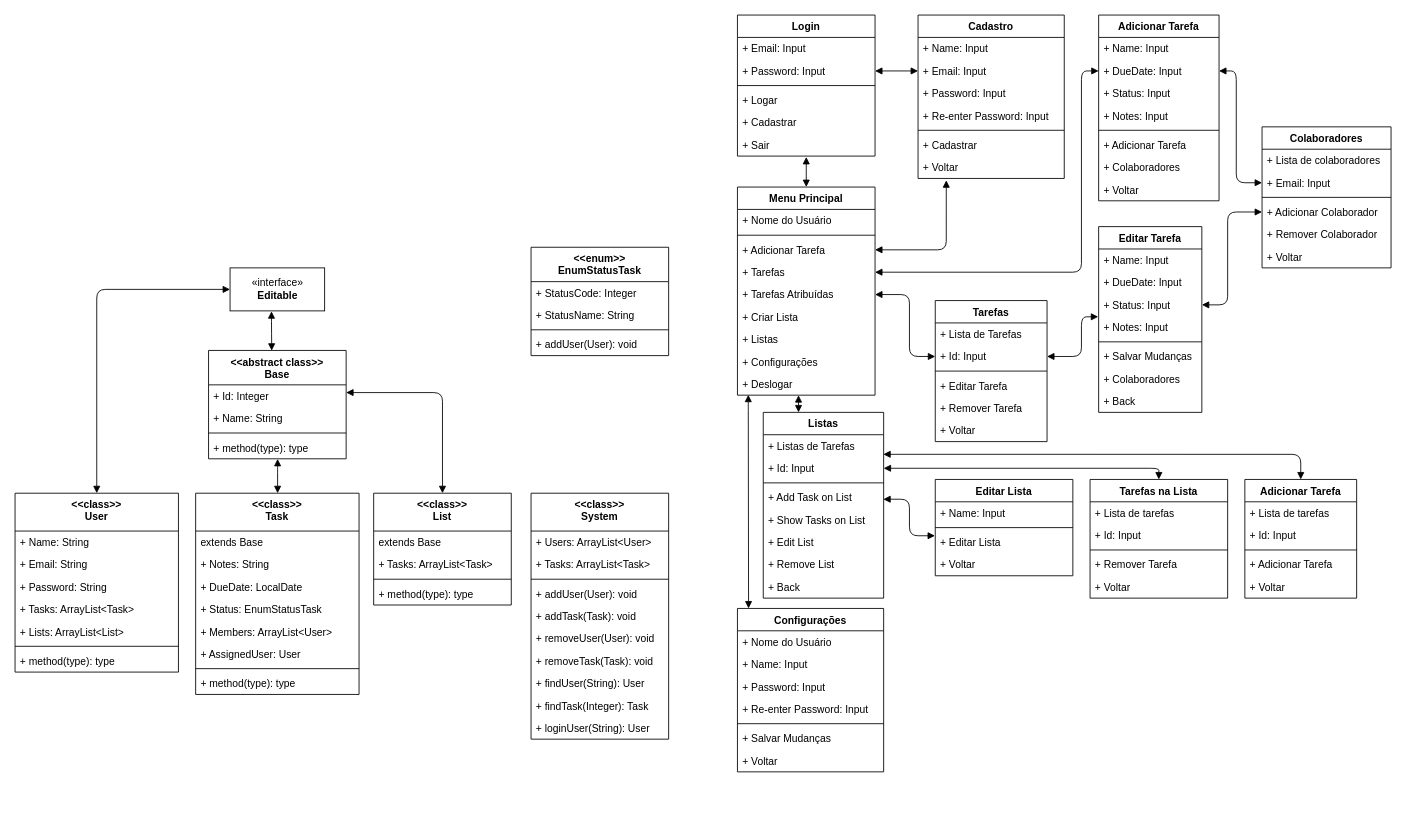
Earlier version of the draw.io diagram diagrama.drawio (VitorG718/ToDo-Java). Source tidied: cells renumbered, new cells numbered last; positions are measured from the earlier drawing's top-left corner, leaving out a move shared by most shapes. Both pictures are drawn from the tidied source at 86%, with x=0, y=0 at pixel (15, 15).
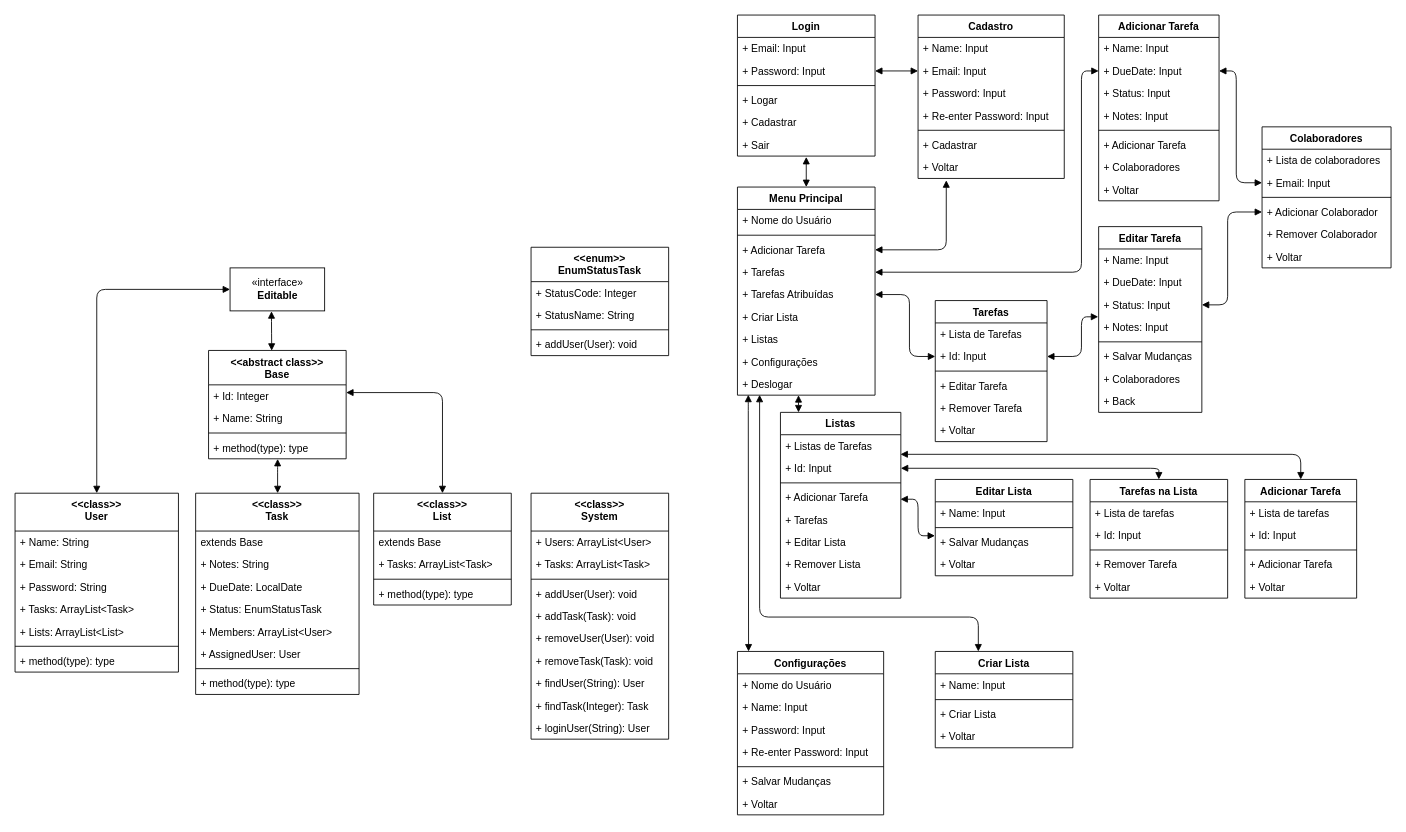
Above is the later version.

Commit message (it also covers changes not shown here):
Diagrama atualizado

The change refers to these unchanged cells:
```xml
<mxCell id="48" value="+ Deslogar" style="text;strokeColor=none;fillColor=none;align=left;verticalAlign=top;spacingLeft=4;spacingRight=4;overflow=hidden;points=[[0,0.5],[1,0.5]];portConstraint=eastwest;" parent="39" vertex="1">
  <mxGeometry y="216" width="160" height="26" as="geometry" />
</mxCell>
<mxCell id="96" value="Editar Lista" style="swimlane;fontStyle=1;align=center;verticalAlign=top;horizontal=1;startSize=26;" parent="1" vertex="1">
  <mxGeometry x="1070" y="540" width="160" height="112" as="geometry" />
</mxCell>
```

Diff of the diagram source:
```diff
@@
     <mxCell id="81" value="Listas" style="swimlane;fontStyle=1;align=center;verticalAlign=top;horizontal=1;startSize=26;" parent="1" vertex="1">
-      <mxGeometry x="870" y="462" width="140" height="216" as="geometry" />
+      <mxGeometry x="890" y="462" width="140" height="216" as="geometry" />
     </mxCell>
@@
-    <mxCell id="85" value="+ Add Task on List" style="text;strokeColor=none;fillColor=none;align=left;verticalAlign=top;spacingLeft=4;spacingRight=4;overflow=hidden;points=[[0,0.5],[1,0.5]];portConstraint=eastwest;" parent="81" vertex="1">
+    <mxCell id="85" value="+ Adicionar Tarefa" style="text;strokeColor=none;fillColor=none;align=left;verticalAlign=top;spacingLeft=4;spacingRight=4;overflow=hidden;points=[[0,0.5],[1,0.5]];portConstraint=eastwest;" parent="81" vertex="1">
       <mxGeometry y="86" width="140" height="26" as="geometry" />
     </mxCell>
-    <mxCell id="86" value="+ Show Tasks on List" style="text;strokeColor=none;fillColor=none;align=left;verticalAlign=top;spacingLeft=4;spacingRight=4;overflow=hidden;" parent="81" vertex="1">
+    <mxCell id="86" value="+ Tarefas" style="text;strokeColor=none;fillColor=none;align=left;verticalAlign=top;spacingLeft=4;spacingRight=4;overflow=hidden;" parent="81" vertex="1">
       <mxGeometry y="112" width="140" height="26" as="geometry" />
     </mxCell>
-    <mxCell id="87" value="+ Edit List" style="text;strokeColor=none;fillColor=none;align=left;verticalAlign=top;spacingLeft=4;spacingRight=4;overflow=hidden;" parent="81" vertex="1">
+    <mxCell id="87" value="+ Editar Lista" style="text;strokeColor=none;fillColor=none;align=left;verticalAlign=top;spacingLeft=4;spacingRight=4;overflow=hidden;" parent="81" vertex="1">
       <mxGeometry y="138" width="140" height="26" as="geometry" />
     </mxCell>
-    <mxCell id="88" value="+ Remove List" style="text;strokeColor=none;fillColor=none;align=left;verticalAlign=top;spacingLeft=4;spacingRight=4;overflow=hidden;" parent="81" vertex="1">
+    <mxCell id="88" value="+ Remover Lista" style="text;strokeColor=none;fillColor=none;align=left;verticalAlign=top;spacingLeft=4;spacingRight=4;overflow=hidden;" parent="81" vertex="1">
       <mxGeometry y="164" width="140" height="26" as="geometry" />
     </mxCell>
-    <mxCell id="89" value="+ Back" style="text;strokeColor=none;fillColor=none;align=left;verticalAlign=top;spacingLeft=4;spacingRight=4;overflow=hidden;" parent="81" vertex="1">
+    <mxCell id="89" value="+ Voltar" style="text;strokeColor=none;fillColor=none;align=left;verticalAlign=top;spacingLeft=4;spacingRight=4;overflow=hidden;" parent="81" vertex="1">
       <mxGeometry y="190" width="140" height="26" as="geometry" />
     </mxCell>
@@
-    <mxCell id="99" value="+ Editar Lista" style="text;strokeColor=none;fillColor=none;align=left;verticalAlign=top;spacingLeft=4;spacingRight=4;overflow=hidden;points=[[0,0.5],[1,0.5]];portConstraint=eastwest;" parent="96" vertex="1">
+    <mxCell id="99" value="+ Salvar Mudanças" style="text;strokeColor=none;fillColor=none;align=left;verticalAlign=top;spacingLeft=4;spacingRight=4;overflow=hidden;points=[[0,0.5],[1,0.5]];portConstraint=eastwest;" parent="96" vertex="1">
       <mxGeometry y="60" width="160" height="26" as="geometry" />
     </mxCell>
@@
     <mxCell id="107" style="endArrow=block;endFill=1;html=1;edgeStyle=orthogonalEdgeStyle;align=left;verticalAlign=top;startArrow=block;startFill=1;entryX=-0.002;entryY=0.21;entryDx=0;entryDy=0;exitX=0.997;exitY=0.576;exitDx=0;exitDy=0;exitPerimeter=0;entryPerimeter=0;" parent="1" edge="1" source="85" target="99">
       <mxGeometry x="-1" relative="1" as="geometry">
         <Array as="points">
-          <mxPoint x="1040" y="563" />
-          <mxPoint x="1040" y="606" />
+          <mxPoint x="1050" y="563" />
+          <mxPoint x="1050" y="606" />
         </Array>
       </mxGeometry>
     </mxCell>
@@
     <mxCell id="135" value="Configurações" style="swimlane;fontStyle=1;align=center;verticalAlign=top;horizontal=1;startSize=26;" parent="1" vertex="1">
-      <mxGeometry x="840" y="690" width="170" height="190" as="geometry" />
+      <mxGeometry x="840" y="740" width="170" height="190" as="geometry" />
     </mxCell>
@@
+    <mxCell id="154" value="Criar Lista" style="swimlane;fontStyle=1;align=center;verticalAlign=top;horizontal=1;startSize=26;" parent="1" vertex="1">
+      <mxGeometry x="1070" y="740" width="160" height="112" as="geometry" />
+    </mxCell>
+    <mxCell id="155" value="+ Name: Input" style="text;strokeColor=none;fillColor=none;align=left;verticalAlign=top;spacingLeft=4;spacingRight=4;overflow=hidden;" parent="154" vertex="1">
+      <mxGeometry y="26" width="160" height="26" as="geometry" />
+    </mxCell>
+    <mxCell id="156" style="line;strokeWidth=1;fillColor=none;align=left;verticalAlign=middle;spacingTop=-1;spacingLeft=3;spacingRight=3;labelPosition=right;" parent="154" vertex="1">
+      <mxGeometry y="52" width="160" height="8" as="geometry" />
+    </mxCell>
+    <mxCell id="157" value="+ Criar Lista" style="text;strokeColor=none;fillColor=none;align=left;verticalAlign=top;spacingLeft=4;spacingRight=4;overflow=hidden;" parent="154" vertex="1">
+      <mxGeometry y="60" width="160" height="26" as="geometry" />
+    </mxCell>
+    <mxCell id="158" value="+ Voltar" style="text;strokeColor=none;fillColor=none;align=left;verticalAlign=top;spacingLeft=4;spacingRight=4;overflow=hidden;" parent="154" vertex="1">
+      <mxGeometry y="86" width="160" height="26" as="geometry" />
+    </mxCell>
+    <mxCell id="159" style="endArrow=block;endFill=1;html=1;edgeStyle=orthogonalEdgeStyle;align=left;verticalAlign=top;startArrow=block;startFill=1;exitX=0.161;exitY=0.985;exitDx=0;exitDy=0;exitPerimeter=0;entryX=0.313;entryY=0;entryDx=0;entryDy=0;entryPerimeter=0;" parent="1" edge="1" source="48" target="154">
+      <mxGeometry x="-1" relative="1" as="geometry">
+        <Array as="points">
+          <mxPoint x="866" y="700" />
+          <mxPoint x="1120" y="700" />
+        </Array>
+      </mxGeometry>
+    </mxCell>
```
